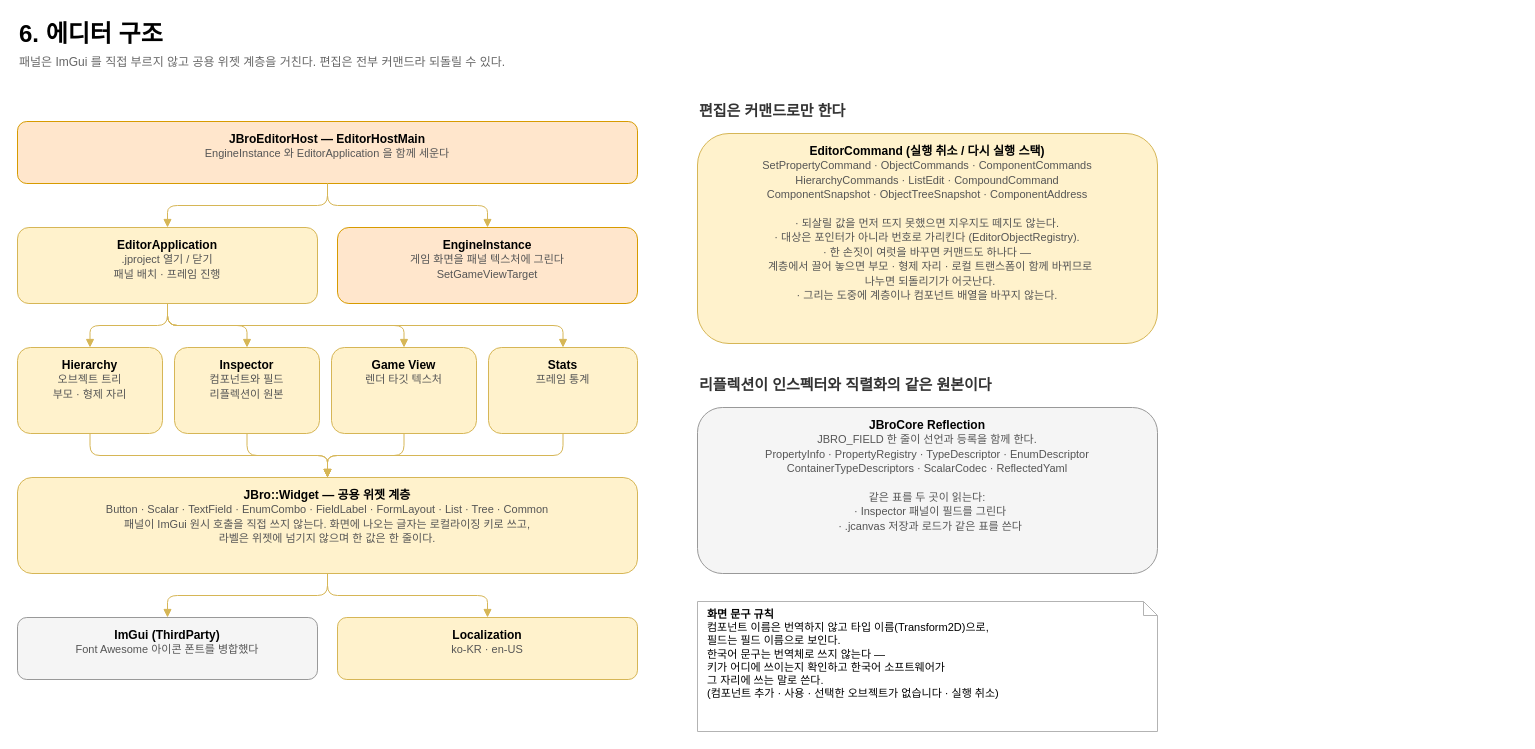
Above: page "6. 에디터 구조" (6 of 6) of docs/JBroEngine.drawio.xml in taku7664/JBroEngine (draw.io), before the change. Source tidied: cells renumbered, new cells numbered last; positions are measured from the earlier drawing's top-left corner, leaving out a move shared by most shapes. Both pictures are drawn from the tidied source at 100%, with x=0, y=0 at pixel (17, 17).
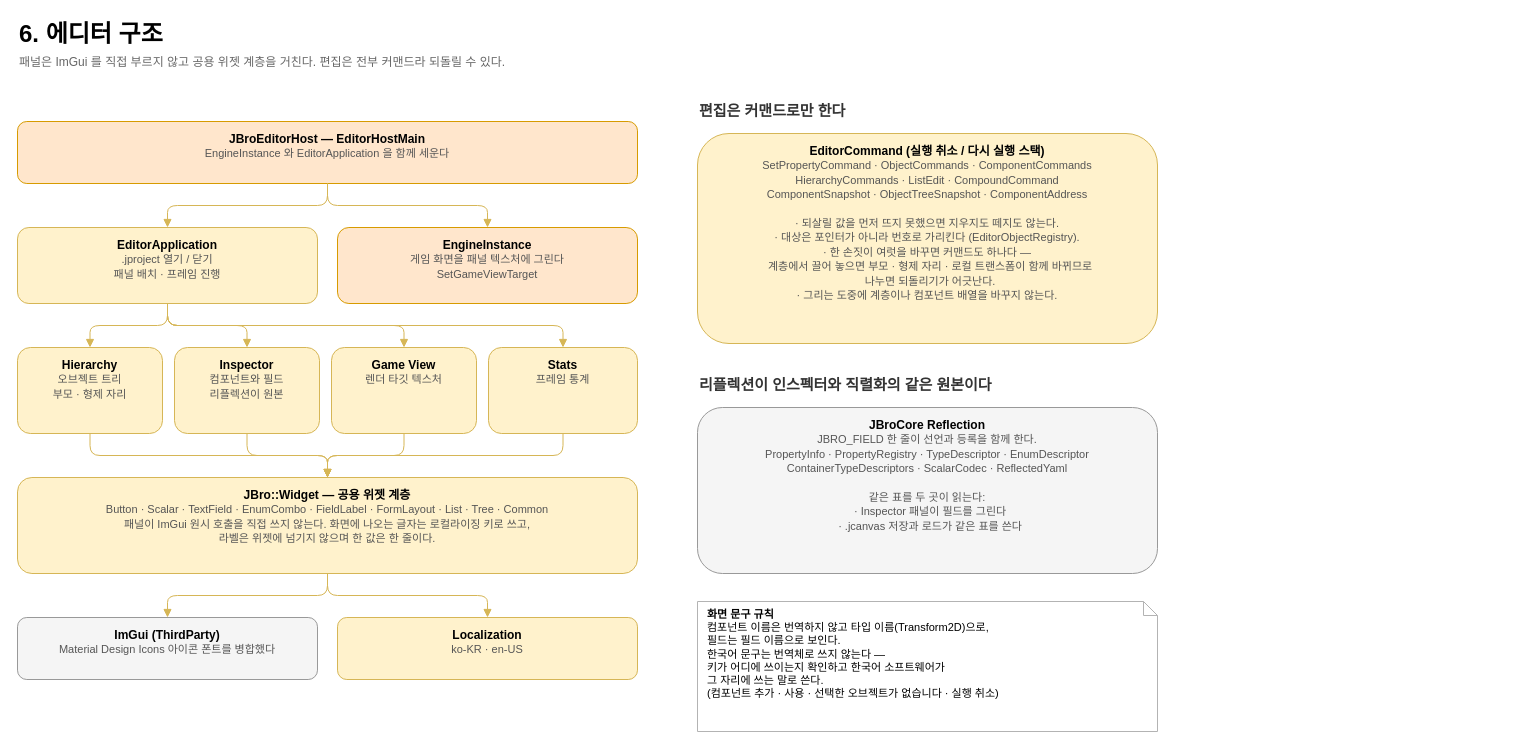
After the change.

What changed in the source:
```diff
@@
-    <mxCell id="12" value="&lt;b&gt;ImGui  (ThirdParty)&lt;/b&gt;&lt;br&gt;&lt;font color=&quot;#555555&quot; style=&quot;font-size:11px&quot;&gt;Font Awesome 아이콘 폰트를 병합했다&lt;/font&gt;" style="rounded=1;whiteSpace=wrap;html=1;fontSize=12;verticalAlign=top;spacingTop=4;fillColor=#f5f5f5;strokeColor=#999999;" parent="1" vertex="1">
+    <mxCell id="12" value="&lt;b&gt;ImGui  (ThirdParty)&lt;/b&gt;&lt;br&gt;&lt;font color=&quot;#555555&quot; style=&quot;font-size:11px&quot;&gt;Material Design Icons 아이콘 폰트를 병합했다&lt;/font&gt;" style="rounded=1;whiteSpace=wrap;html=1;fontSize=12;verticalAlign=top;spacingTop=4;fillColor=#f5f5f5;strokeColor=#999999;" parent="1" vertex="1">
       <mxGeometry y="600" width="300" height="62" as="geometry" />
     </mxCell>
```
